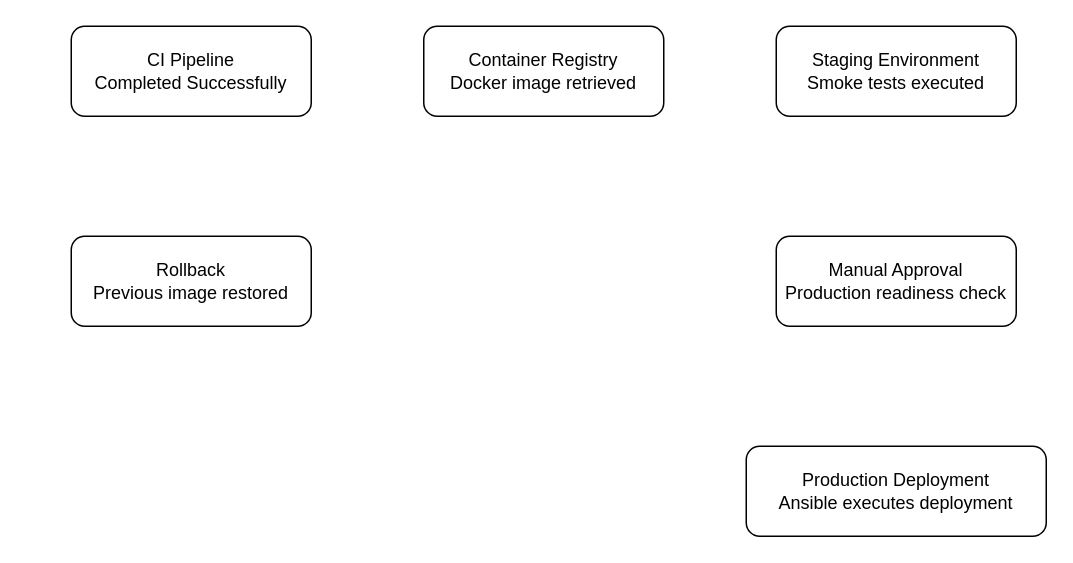
This is DevOps_Figure_4.drawio from Matasem-h/SimpleFlowcharts, a draw.io file, before an edit. Source tidied: cells renumbered, new cells numbered last; positions are measured from the earlier drawing's top-left corner, leaving out a move shared by most shapes. Both pictures are drawn from the tidied source at 150%, with x=0, y=0 at pixel (70, 26).
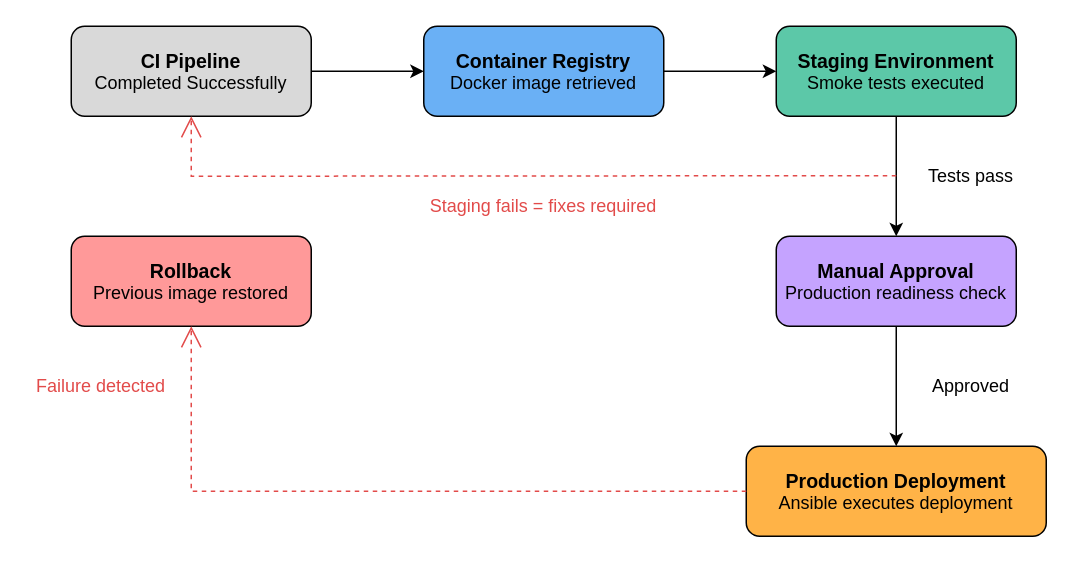
After the change.

The edit, as a diff of the source:
```diff
@@
-    <mxCell id="2" value="&lt;div&gt;CI Pipeline&lt;/div&gt;&lt;div&gt;Completed Successfully&lt;/div&gt;" style="rounded=1;whiteSpace=wrap;html=1;" parent="1" vertex="1">
+    <mxCell id="2" value="&lt;div&gt;&lt;font style=&quot;font-size: 13px;&quot;&gt;&lt;b&gt;CI Pipeline&lt;/b&gt;&lt;/font&gt;&lt;/div&gt;&lt;div&gt;Completed Successfully&lt;/div&gt;" style="rounded=1;whiteSpace=wrap;html=1;fillColor=#D9D9D9;" parent="1" vertex="1">
       <mxGeometry width="160" height="60" as="geometry" />
     </mxCell>
-    <mxCell id="3" value="&lt;div&gt;Container Registry&lt;/div&gt;&lt;div&gt;Docker image retrieved&lt;/div&gt;" style="rounded=1;whiteSpace=wrap;html=1;" parent="1" vertex="1">
+    <mxCell id="3" value="&lt;div&gt;&lt;font style=&quot;font-size: 13px;&quot;&gt;&lt;b&gt;Container Registry&lt;/b&gt;&lt;/font&gt;&lt;/div&gt;&lt;div&gt;Docker image retrieved&lt;/div&gt;" style="rounded=1;whiteSpace=wrap;html=1;fillColor=#6AB0F5;" parent="1" vertex="1">
       <mxGeometry x="235" width="160" height="60" as="geometry" />
     </mxCell>
-    <mxCell id="4" value="&lt;div&gt;Staging Environment&lt;/div&gt;&lt;div&gt;Smoke tests executed&lt;/div&gt;" style="rounded=1;whiteSpace=wrap;html=1;" parent="1" vertex="1">
+    <mxCell id="4" value="&lt;div&gt;&lt;font style=&quot;font-size: 13px;&quot;&gt;&lt;b&gt;Staging Environment&lt;/b&gt;&lt;/font&gt;&lt;/div&gt;&lt;div&gt;Smoke tests executed&lt;/div&gt;" style="rounded=1;whiteSpace=wrap;html=1;fillColor=#5CC8A8;" parent="1" vertex="1">
       <mxGeometry x="470" width="160" height="60" as="geometry" />
     </mxCell>
-    <mxCell id="5" value="&lt;div&gt;Rollback&lt;/div&gt;&lt;div&gt;Previous image restored&lt;/div&gt;" style="rounded=1;whiteSpace=wrap;html=1;" parent="1" vertex="1">
+    <mxCell id="5" value="&lt;div&gt;&lt;b&gt;&lt;font style=&quot;font-size: 13px;&quot;&gt;Rollback&lt;/font&gt;&lt;/b&gt;&lt;/div&gt;&lt;div&gt;Previous image restored&lt;/div&gt;" style="rounded=1;whiteSpace=wrap;html=1;fillColor=#FF9999;" parent="1" vertex="1">
       <mxGeometry y="140" width="160" height="60" as="geometry" />
     </mxCell>
-    <mxCell id="6" value="&lt;div&gt;Manual Approval&lt;/div&gt;&lt;div&gt;Production readiness check&lt;/div&gt;" style="rounded=1;whiteSpace=wrap;html=1;" parent="1" vertex="1">
+    <mxCell id="6" value="&lt;div&gt;&lt;font style=&quot;font-size: 13px;&quot;&gt;&lt;b&gt;Manual Approval&lt;/b&gt;&lt;/font&gt;&lt;/div&gt;&lt;div&gt;Production readiness check&lt;/div&gt;" style="rounded=1;whiteSpace=wrap;html=1;fillColor=#C5A3FF;" parent="1" vertex="1">
       <mxGeometry x="470" y="140" width="160" height="60" as="geometry" />
     </mxCell>
-    <mxCell id="7" value="&lt;div&gt;Production Deployment&lt;/div&gt;&lt;div&gt;Ansible executes deployment&lt;/div&gt;" style="rounded=1;whiteSpace=wrap;html=1;" parent="1" vertex="1">
+    <mxCell id="7" value="&lt;div&gt;&lt;font style=&quot;font-size: 13px;&quot;&gt;&lt;b&gt;Production Deployment&lt;/b&gt;&lt;/font&gt;&lt;/div&gt;&lt;div&gt;Ansible executes deployment&lt;/div&gt;" style="rounded=1;whiteSpace=wrap;html=1;fillColor=#FFB347;" parent="1" vertex="1">
       <mxGeometry x="450" y="280" width="200" height="60" as="geometry" />
     </mxCell>
+    <mxCell id="8" style="endArrow=classic;html=1;rounded=0;exitX=0.5;exitY=1;exitDx=0;exitDy=0;entryX=0.5;entryY=0;entryDx=0;entryDy=0;" parent="1" edge="1" source="4" target="6">
+      <mxGeometry relative="1" as="geometry" />
+    </mxCell>
+    <mxCell id="9" style="endArrow=classic;html=1;rounded=0;exitX=0.5;exitY=1;exitDx=0;exitDy=0;entryX=0.5;entryY=0;entryDx=0;entryDy=0;" parent="1" edge="1" source="6" target="7">
+      <mxGeometry relative="1" as="geometry" />
+    </mxCell>
+    <mxCell id="10" value="Tests pass" style="text;html=1;whiteSpace=wrap;strokeColor=none;fillColor=none;align=center;verticalAlign=middle;rounded=0;" parent="1" vertex="1">
+      <mxGeometry x="550" y="90" width="100" height="20" as="geometry" />
+    </mxCell>
+    <mxCell id="11" value="Approved" style="text;html=1;whiteSpace=wrap;strokeColor=none;fillColor=none;align=center;verticalAlign=middle;rounded=0;" parent="1" vertex="1">
+      <mxGeometry x="550" y="230" width="100" height="20" as="geometry" />
+    </mxCell>
+    <mxCell id="12" style="endArrow=open;endSize=12;dashed=1;html=1;rounded=0;curved=0;entryX=0.5;entryY=1;entryDx=0;entryDy=0;strokeColor=#E24B4A;" parent="1" edge="1" target="2">
+      <mxGeometry relative="1" as="geometry">
+        <mxPoint x="550" y="99.6" as="sourcePoint" />
+        <Array as="points">
+          <mxPoint x="80" y="100" />
+        </Array>
+      </mxGeometry>
+    </mxCell>
+    <mxCell id="13" value="Staging fails = fixes required" style="text;html=1;whiteSpace=wrap;strokeColor=none;fillColor=none;align=center;verticalAlign=middle;rounded=0;fontColor=#E24B4A;" parent="1" vertex="1">
+      <mxGeometry x="215" y="110" width="200" height="20" as="geometry" />
+    </mxCell>
+    <mxCell id="14" style="endArrow=open;endSize=12;dashed=1;html=1;rounded=0;curved=0;exitX=0;exitY=0.5;exitDx=0;exitDy=0;entryX=0.5;entryY=1;entryDx=0;entryDy=0;strokeColor=#E24B4A;" parent="1" edge="1" source="7" target="5">
+      <mxGeometry relative="1" as="geometry">
+        <Array as="points">
+          <mxPoint x="80" y="310" />
+        </Array>
+      </mxGeometry>
+    </mxCell>
+    <mxCell id="15" value="Failure detected" style="text;html=1;whiteSpace=wrap;strokeColor=none;fillColor=none;align=center;verticalAlign=middle;rounded=0;fontColor=#E24B4A;" parent="1" vertex="1">
+      <mxGeometry x="-30" y="230" width="100" height="20" as="geometry" />
+    </mxCell>
+    <mxCell id="16" style="endArrow=classic;html=1;rounded=0;exitX=1;exitY=0.5;exitDx=0;exitDy=0;entryX=0;entryY=0.5;entryDx=0;entryDy=0;" parent="1" edge="1" source="2" target="3">
+      <mxGeometry relative="1" as="geometry" />
+    </mxCell>
+    <mxCell id="17" style="endArrow=classic;html=1;rounded=0;exitX=1;exitY=0.5;exitDx=0;exitDy=0;entryX=0;entryY=0.5;entryDx=0;entryDy=0;" parent="1" edge="1" source="3" target="4">
+      <mxGeometry relative="1" as="geometry" />
+    </mxCell>
```
